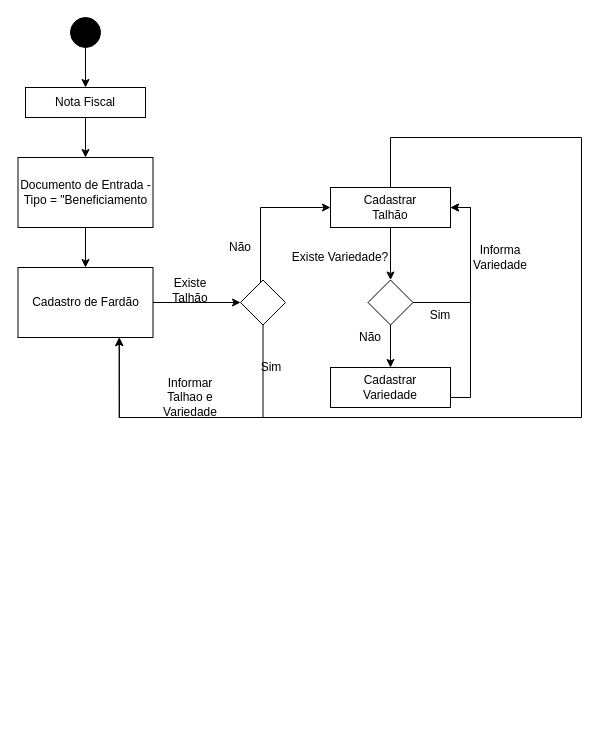
This is algodao.drawio from oriovaldof/diagrams-producion, a draw.io file, before an edit. Source tidied: cells renumbered, new cells numbered last; positions are measured from the earlier drawing's top-left corner, leaving out a move shared by most shapes. Both pictures are drawn from the tidied source at 100%, with x=0, y=0 at pixel (17, 17).
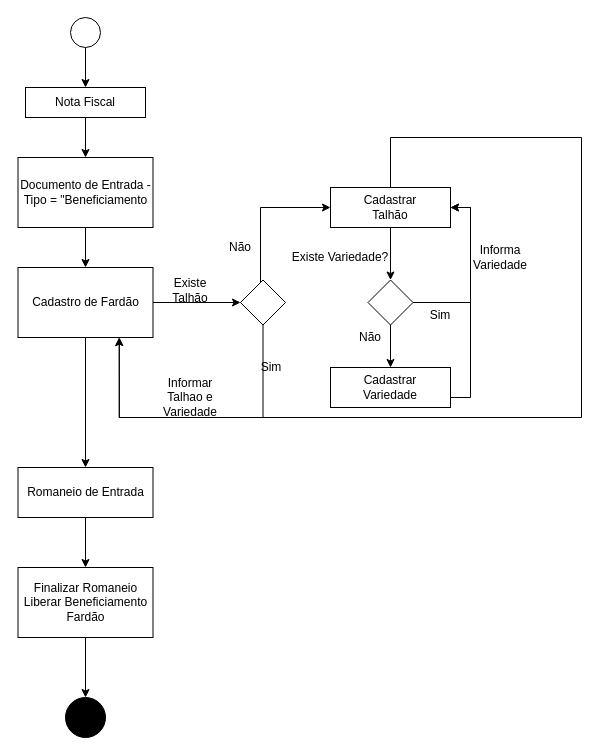
After the change.

Unchanged cells that the change refers to:
```xml
<mxCell id="9" value="Cadastro de Fardão" style="rounded=0;whiteSpace=wrap;html=1;" parent="1" vertex="1">
  <mxGeometry x="0.5" y="250" width="135" height="70" as="geometry" />
</mxCell>
```

Diff of the diagram source:
```diff
@@
-    <mxCell id="3" style="ellipse;whiteSpace=wrap;html=1;fillColor=#000000;" parent="1" vertex="1">
+    <mxCell id="3" style="ellipse;whiteSpace=wrap;html=1;fillColor=#FFFFFF;" parent="1" vertex="1">
       <mxGeometry x="53" width="30" height="30" as="geometry" />
     </mxCell>
@@
+    <mxCell id="29" style="edgeStyle=orthogonalEdgeStyle;rounded=0;jettySize=auto;html=1;entryX=0.5;entryY=0;entryDx=0;entryDy=0;" parent="1" edge="1" source="9" target="31">
+      <mxGeometry relative="1" as="geometry" />
+    </mxCell>
@@
+    <mxCell id="30" style="edgeStyle=orthogonalEdgeStyle;rounded=0;jettySize=auto;html=1;entryX=0.5;entryY=0;entryDx=0;entryDy=0;" parent="1" edge="1" source="31" target="33">
+      <mxGeometry relative="1" as="geometry" />
+    </mxCell>
+    <mxCell id="31" value="Romaneio de Entrada" style="rounded=0;whiteSpace=wrap;html=1;" parent="1" vertex="1">
+      <mxGeometry x="0.5" y="450" width="135" height="50" as="geometry" />
+    </mxCell>
+    <mxCell id="32" style="edgeStyle=orthogonalEdgeStyle;rounded=0;jettySize=auto;html=1;entryX=0.5;entryY=0;entryDx=0;entryDy=0;" parent="1" edge="1" source="33" target="34">
+      <mxGeometry relative="1" as="geometry" />
+    </mxCell>
+    <mxCell id="33" value="Finalizar Romaneio&lt;br&gt;Liberar Beneficiamento&lt;br&gt;Fardão" style="rounded=0;whiteSpace=wrap;html=1;" parent="1" vertex="1">
+      <mxGeometry x="0.5" y="550" width="135" height="70" as="geometry" />
+    </mxCell>
+    <mxCell id="34" style="ellipse;whiteSpace=wrap;html=1;fillColor=#000000;" parent="1" vertex="1">
+      <mxGeometry x="48" y="680" width="40" height="40" as="geometry" />
+    </mxCell>
```
